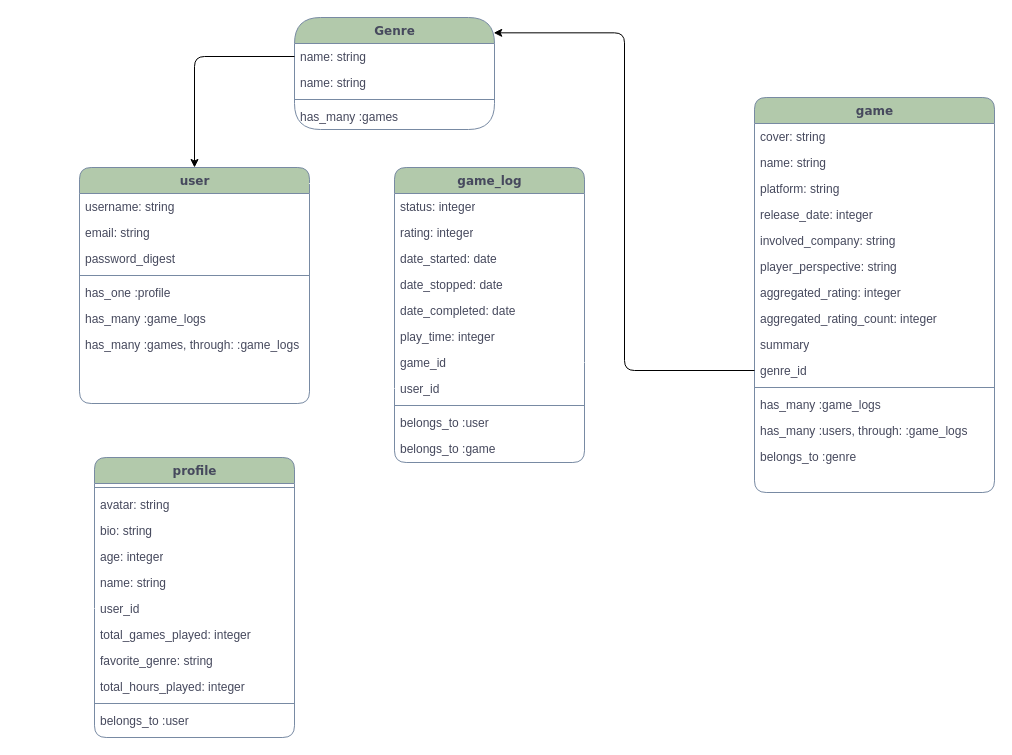
Before: ERD_gameVault.drawio in Stelluuh/GameSaga, a draw.io diagram. Source tidied: cells renumbered, new cells numbered last; positions are measured from the earlier drawing's top-left corner, leaving out a move shared by most shapes. Both pictures are drawn from the tidied source at 100%, with x=0, y=0 at pixel (24, 17).
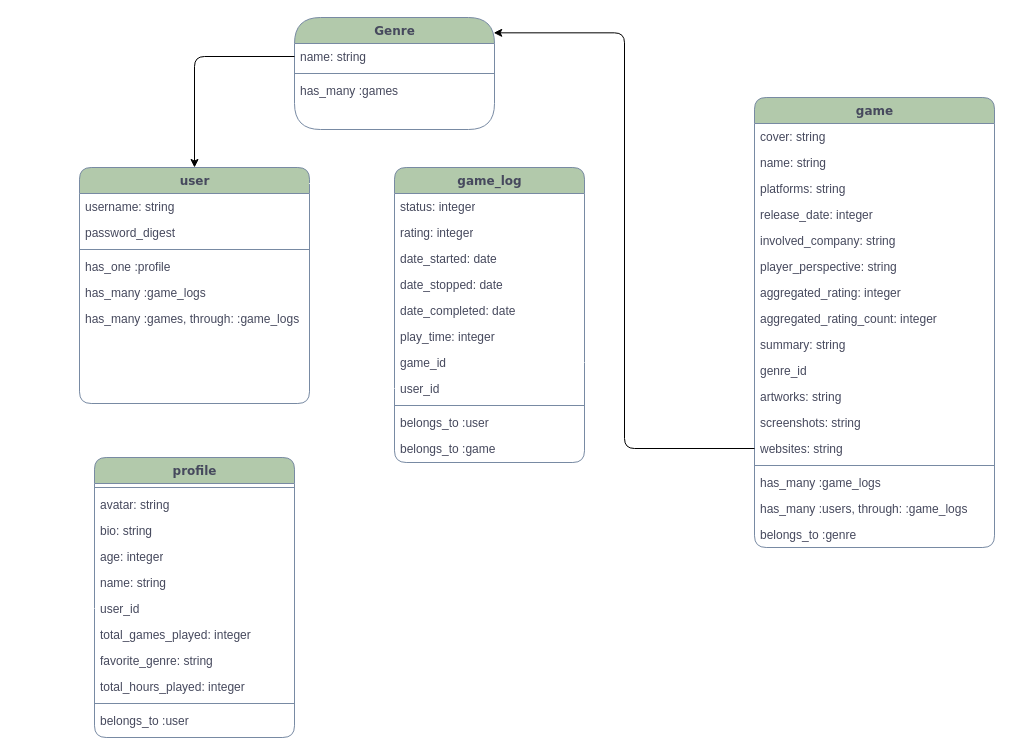
The same page after the edit.

Commit message:
adjust games chart

The change refers to these unchanged cells:
```xml
<mxCell id="2" value="user" style="swimlane;html=1;fontStyle=1;align=center;verticalAlign=top;horizontal=1;startSize=26;swimlaneFillColor=#ffffff;rounded=1;shadow=0;comic=0;labelBackgroundColor=none;strokeWidth=1;fillColor=#B2C9AB;fontFamily=Verdana;fontSize=12;strokeColor=#788AA3;fontColor=#46495D;" parent="1" vertex="1">
  <mxGeometry x="55" y="150" width="230" height="236" as="geometry" />
</mxCell>
<mxCell id="52" value="Genre" style="swimlane;html=1;fontStyle=1;align=center;verticalAlign=top;horizontal=1;startSize=26;swimlaneFillColor=#ffffff;rounded=1;shadow=0;comic=0;labelBackgroundColor=none;strokeWidth=1;fillColor=#B2C9AB;fontFamily=Verdana;fontSize=12;strokeColor=#788AA3;fontColor=#46495D;arcSize=50;" parent="1" vertex="1">
  <mxGeometry x="270" width="200" height="112" as="geometry" />
</mxCell>
```

What changed in the source:
```diff
@@
-    <mxCell id="4" value="email: string" style="text;html=1;strokeColor=none;fillColor=none;align=left;verticalAlign=top;spacingLeft=4;spacingRight=4;whiteSpace=wrap;overflow=hidden;fontColor=#46495D;rounded=1;labelBackgroundColor=none;" parent="2" vertex="1">
-      <mxGeometry y="52" width="230" height="26" as="geometry" />
-    </mxCell>
     <mxCell id="5" value="password_digest" style="text;html=1;strokeColor=none;fillColor=none;align=left;verticalAlign=top;spacingLeft=4;spacingRight=4;whiteSpace=wrap;overflow=hidden;fontColor=#46495D;rounded=1;labelBackgroundColor=none;" parent="2" vertex="1">
-      <mxGeometry y="78" width="230" height="26" as="geometry" />
+      <mxGeometry y="52" width="230" height="26" as="geometry" />
     </mxCell>
     <mxCell id="6" style="line;html=1;strokeWidth=1;fillColor=none;align=left;verticalAlign=middle;spacingTop=-1;spacingLeft=3;spacingRight=3;labelPosition=right;fontColor=#46495D;rounded=1;labelBackgroundColor=none;strokeColor=#788AA3;" parent="2" vertex="1">
-      <mxGeometry y="104" width="230" height="8" as="geometry" />
+      <mxGeometry y="78" width="230" height="8" as="geometry" />
     </mxCell>
     <mxCell id="7" value="has_one :profile" style="text;html=1;strokeColor=none;fillColor=none;align=left;verticalAlign=top;spacingLeft=4;spacingRight=4;whiteSpace=wrap;overflow=hidden;fontColor=#46495D;rounded=1;labelBackgroundColor=none;" parent="2" vertex="1">
-      <mxGeometry y="112" width="230" height="26" as="geometry" />
+      <mxGeometry y="86" width="230" height="26" as="geometry" />
     </mxCell>
     <mxCell id="8" value="has_many :game_logs" style="text;html=1;strokeColor=none;fillColor=none;align=left;verticalAlign=top;spacingLeft=4;spacingRight=4;whiteSpace=wrap;overflow=hidden;fontColor=#46495D;rounded=1;labelBackgroundColor=none;" parent="2" vertex="1">
-      <mxGeometry y="138" width="230" height="26" as="geometry" />
+      <mxGeometry y="112" width="230" height="26" as="geometry" />
     </mxCell>
     <mxCell id="9" value="has_many :games, through: :game_logs" style="text;html=1;strokeColor=none;fillColor=none;align=left;verticalAlign=top;spacingLeft=4;spacingRight=4;whiteSpace=wrap;overflow=hidden;fontColor=#46495D;rounded=1;labelBackgroundColor=none;" parent="2" vertex="1">
-      <mxGeometry y="164" width="230" height="36" as="geometry" />
+      <mxGeometry y="138" width="230" height="36" as="geometry" />
     </mxCell>
@@
     <mxCell id="22" value="game" style="swimlane;html=1;fontStyle=1;align=center;verticalAlign=top;horizontal=1;startSize=26;swimlaneFillColor=#ffffff;rounded=1;shadow=0;comic=0;labelBackgroundColor=none;strokeWidth=1;fillColor=#B2C9AB;fontFamily=Verdana;fontSize=12;strokeColor=#788AA3;fontColor=#46495D;" parent="1" vertex="1">
-      <mxGeometry x="730" y="80" width="240" height="395" as="geometry" />
+      <mxGeometry x="730" y="80" width="240" height="450" as="geometry" />
     </mxCell>
@@
-    <mxCell id="25" value="platform: string" style="text;html=1;strokeColor=none;fillColor=none;align=left;verticalAlign=top;spacingLeft=4;spacingRight=4;whiteSpace=wrap;overflow=hidden;fontColor=#46495D;rounded=1;labelBackgroundColor=none;" parent="22" vertex="1">
+    <mxCell id="25" value="platforms: string" style="text;html=1;strokeColor=none;fillColor=none;align=left;verticalAlign=top;spacingLeft=4;spacingRight=4;whiteSpace=wrap;overflow=hidden;fontColor=#46495D;rounded=1;labelBackgroundColor=none;" parent="22" vertex="1">
       <mxGeometry y="78" width="240" height="26" as="geometry" />
     </mxCell>
@@
-    <mxCell id="31" value="summary" style="text;html=1;strokeColor=none;fillColor=none;align=left;verticalAlign=top;spacingLeft=4;spacingRight=4;whiteSpace=wrap;overflow=hidden;fontColor=#46495D;rounded=1;labelBackgroundColor=none;" parent="22" vertex="1">
+    <mxCell id="31" value="summary: string" style="text;html=1;strokeColor=none;fillColor=none;align=left;verticalAlign=top;spacingLeft=4;spacingRight=4;whiteSpace=wrap;overflow=hidden;fontColor=#46495D;rounded=1;labelBackgroundColor=none;" parent="22" vertex="1">
       <mxGeometry y="234" width="240" height="26" as="geometry" />
     </mxCell>
+    <mxCell id="59" value="genre_id" style="text;html=1;strokeColor=none;fillColor=none;align=left;verticalAlign=top;spacingLeft=4;spacingRight=4;whiteSpace=wrap;overflow=hidden;fontColor=#46495D;rounded=1;labelBackgroundColor=none;" parent="22" vertex="1">
+      <mxGeometry y="260" width="240" height="26" as="geometry" />
+    </mxCell>
+    <mxCell id="60" value="artworks: string" style="text;html=1;strokeColor=none;fillColor=none;align=left;verticalAlign=top;spacingLeft=4;spacingRight=4;whiteSpace=wrap;overflow=hidden;fontColor=#46495D;rounded=1;labelBackgroundColor=none;" parent="22" vertex="1">
+      <mxGeometry y="286" width="240" height="26" as="geometry" />
+    </mxCell>
+    <mxCell id="61" value="screenshots: string" style="text;html=1;strokeColor=none;fillColor=none;align=left;verticalAlign=top;spacingLeft=4;spacingRight=4;whiteSpace=wrap;overflow=hidden;fontColor=#46495D;rounded=1;labelBackgroundColor=none;" parent="22" vertex="1">
+      <mxGeometry y="312" width="240" height="26" as="geometry" />
+    </mxCell>
-    <mxCell id="32" value="genre_id" style="text;html=1;strokeColor=none;fillColor=none;align=left;verticalAlign=top;spacingLeft=4;spacingRight=4;whiteSpace=wrap;overflow=hidden;points=[[0,0.5],[1,0.5]];portConstraint=eastwest;fontColor=#46495D;rounded=1;labelBackgroundColor=none;" parent="22" vertex="1">
-      <mxGeometry y="260" width="240" height="26" as="geometry" />
+    <mxCell id="32" value="websites: string" style="text;html=1;strokeColor=none;fillColor=none;align=left;verticalAlign=top;spacingLeft=4;spacingRight=4;whiteSpace=wrap;overflow=hidden;points=[[0,0.5],[1,0.5]];portConstraint=eastwest;fontColor=#46495D;rounded=1;labelBackgroundColor=none;" parent="22" vertex="1">
+      <mxGeometry y="338" width="240" height="26" as="geometry" />
     </mxCell>
     <mxCell id="33" style="line;html=1;strokeWidth=1;fillColor=none;align=left;verticalAlign=middle;spacingTop=-1;spacingLeft=3;spacingRight=3;labelPosition=right;fontColor=#46495D;rounded=1;labelBackgroundColor=none;strokeColor=#788AA3;" parent="22" vertex="1">
-      <mxGeometry y="286" width="240" height="8" as="geometry" />
+      <mxGeometry y="364" width="240" height="8" as="geometry" />
     </mxCell>
     <mxCell id="34" value="has_many :game_logs" style="text;html=1;strokeColor=none;fillColor=none;align=left;verticalAlign=top;spacingLeft=4;spacingRight=4;whiteSpace=wrap;overflow=hidden;fontColor=#46495D;rounded=1;labelBackgroundColor=none;" parent="22" vertex="1">
-      <mxGeometry y="294" width="240" height="26" as="geometry" />
+      <mxGeometry y="372" width="240" height="26" as="geometry" />
     </mxCell>
     <mxCell id="35" value="has_many :users, through: :game_logs" style="text;html=1;strokeColor=none;fillColor=none;align=left;verticalAlign=top;spacingLeft=4;spacingRight=4;whiteSpace=wrap;overflow=hidden;fontColor=#46495D;rounded=1;labelBackgroundColor=none;" parent="22" vertex="1">
-      <mxGeometry y="320" width="240" height="26" as="geometry" />
+      <mxGeometry y="398" width="240" height="26" as="geometry" />
     </mxCell>
     <mxCell id="36" value="belongs_to :genre" style="text;html=1;strokeColor=none;fillColor=none;align=left;verticalAlign=top;spacingLeft=4;spacingRight=4;whiteSpace=wrap;overflow=hidden;fontColor=#46495D;rounded=1;labelBackgroundColor=none;" parent="22" vertex="1">
-      <mxGeometry y="346" width="240" height="26" as="geometry" />
+      <mxGeometry y="424" width="240" height="26" as="geometry" />
     </mxCell>
@@
-    <mxCell id="54" value="name: string" style="text;html=1;strokeColor=none;fillColor=none;align=left;verticalAlign=top;spacingLeft=4;spacingRight=4;whiteSpace=wrap;overflow=hidden;fontColor=#46495D;rounded=1;labelBackgroundColor=none;" parent="52" vertex="1">
-      <mxGeometry y="52" width="200" height="26" as="geometry" />
-    </mxCell>
     <mxCell id="55" style="line;html=1;strokeWidth=1;fillColor=none;align=left;verticalAlign=middle;spacingTop=-1;spacingLeft=3;spacingRight=3;labelPosition=right;fontColor=#46495D;rounded=1;labelBackgroundColor=none;strokeColor=#788AA3;" parent="52" vertex="1">
-      <mxGeometry y="78" width="200" height="8" as="geometry" />
+      <mxGeometry y="52" width="200" height="8" as="geometry" />
     </mxCell>
     <mxCell id="56" value="has_many :games" style="text;html=1;strokeColor=none;fillColor=none;align=left;verticalAlign=top;spacingLeft=4;spacingRight=4;whiteSpace=wrap;overflow=hidden;fontColor=#46495D;rounded=1;labelBackgroundColor=none;" parent="52" vertex="1">
-      <mxGeometry y="86" width="200" height="26" as="geometry" />
+      <mxGeometry y="60" width="200" height="26" as="geometry" />
     </mxCell>
```
